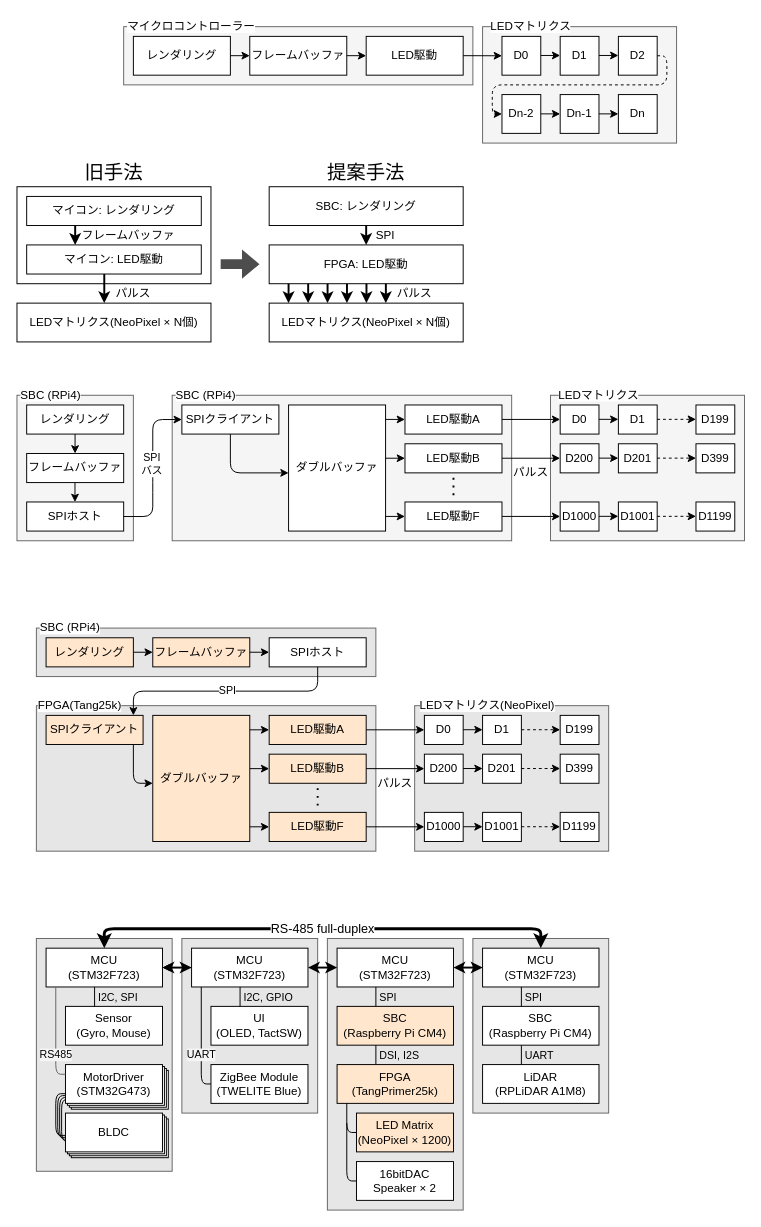
Above: spi-led/presentation/figure.drawio in Tomoshibi-technology/TryFPGA (draw.io), before the change. Source tidied: cells renumbered, new cells numbered last; positions are measured from the earlier drawing's top-left corner, leaving out a move shared by most shapes. Both pictures are drawn from the tidied source at 97%, with x=0, y=0 at pixel (16, 16).
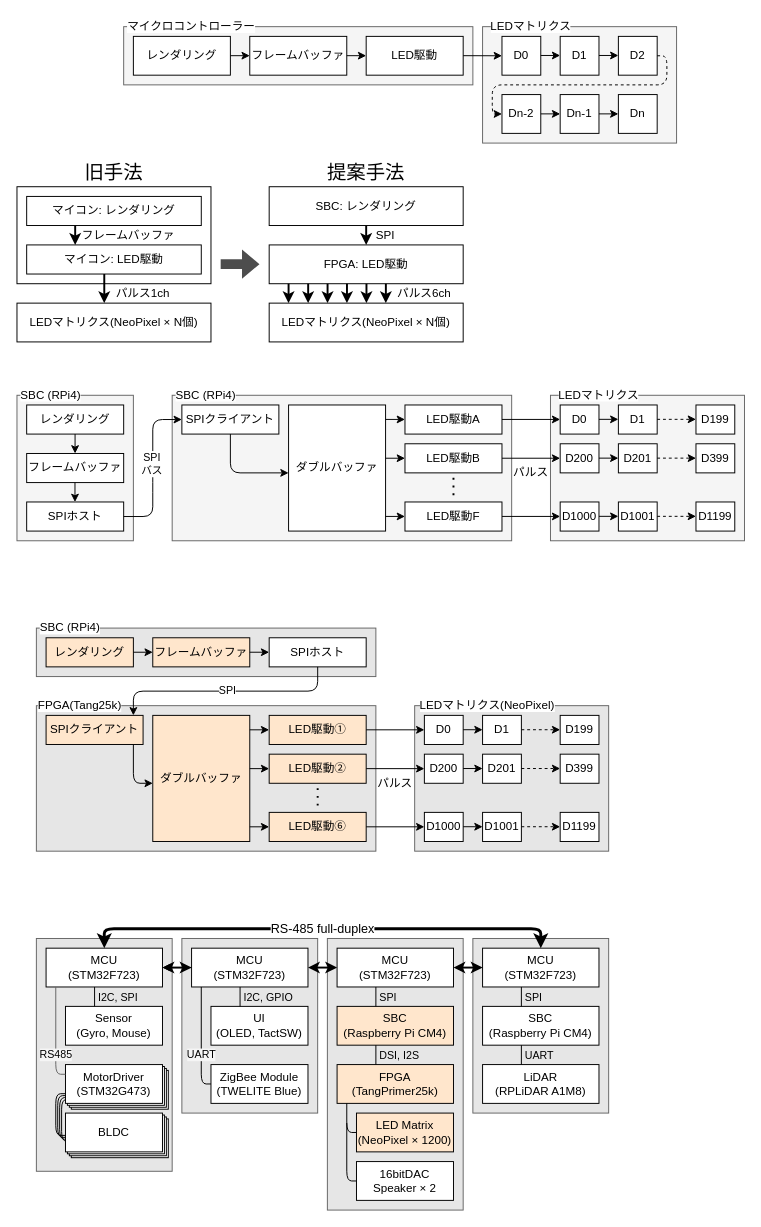
The same diagram, later.

The edit, as a diff of the source:
```diff
@@
-    <mxCell id="35" value="&lt;span&gt;パルス&lt;/span&gt;" style="rounded=0;whiteSpace=wrap;html=1;fillColor=none;strokeColor=none;" parent="1" vertex="1">
-      <mxGeometry x="390" y="275" width="40" height="20" as="geometry" />
+    <mxCell id="35" value="&lt;span&gt;パルス6ch&lt;/span&gt;" style="rounded=0;whiteSpace=wrap;html=1;fillColor=none;strokeColor=none;" parent="1" vertex="1">
+      <mxGeometry x="390" y="275" width="60" height="20" as="geometry" />
     </mxCell>
@@
-    <mxCell id="42" value="&lt;span style=&quot;&quot;&gt;パルス&lt;/span&gt;" style="rounded=0;whiteSpace=wrap;html=1;fillColor=none;strokeColor=none;labelBackgroundColor=none;" parent="1" vertex="1">
-      <mxGeometry x="100" y="275" width="40" height="20" as="geometry" />
+    <mxCell id="42" value="&lt;span style=&quot;&quot;&gt;パルス1ch&lt;/span&gt;" style="rounded=0;whiteSpace=wrap;html=1;fillColor=none;strokeColor=none;labelBackgroundColor=none;" parent="1" vertex="1">
+      <mxGeometry x="100" y="275" width="60" height="20" as="geometry" />
     </mxCell>
@@
-    <mxCell id="101" value="LED駆動A" style="rounded=0;whiteSpace=wrap;html=1;fillColor=#FFE6CC;" parent="1" vertex="1">
+    <mxCell id="101" value="LED駆動①" style="rounded=0;whiteSpace=wrap;html=1;fillColor=#FFE6CC;" parent="1" vertex="1">
       <mxGeometry x="260" y="720" width="100" height="30" as="geometry" />
     </mxCell>
-    <mxCell id="102" value="LED駆動B" style="rounded=0;whiteSpace=wrap;html=1;fillColor=#FFE6CC;" parent="1" vertex="1">
+    <mxCell id="102" value="LED駆動②" style="rounded=0;whiteSpace=wrap;html=1;fillColor=#FFE6CC;" parent="1" vertex="1">
       <mxGeometry x="260" y="760" width="100" height="30" as="geometry" />
     </mxCell>
-    <mxCell id="103" value="LED駆動F" style="rounded=0;whiteSpace=wrap;html=1;fillColor=#FFE6CC;" parent="1" vertex="1">
+    <mxCell id="103" value="LED駆動⑥" style="rounded=0;whiteSpace=wrap;html=1;fillColor=#FFE6CC;" parent="1" vertex="1">
       <mxGeometry x="260" y="820" width="100" height="30" as="geometry" />
     </mxCell>
```
